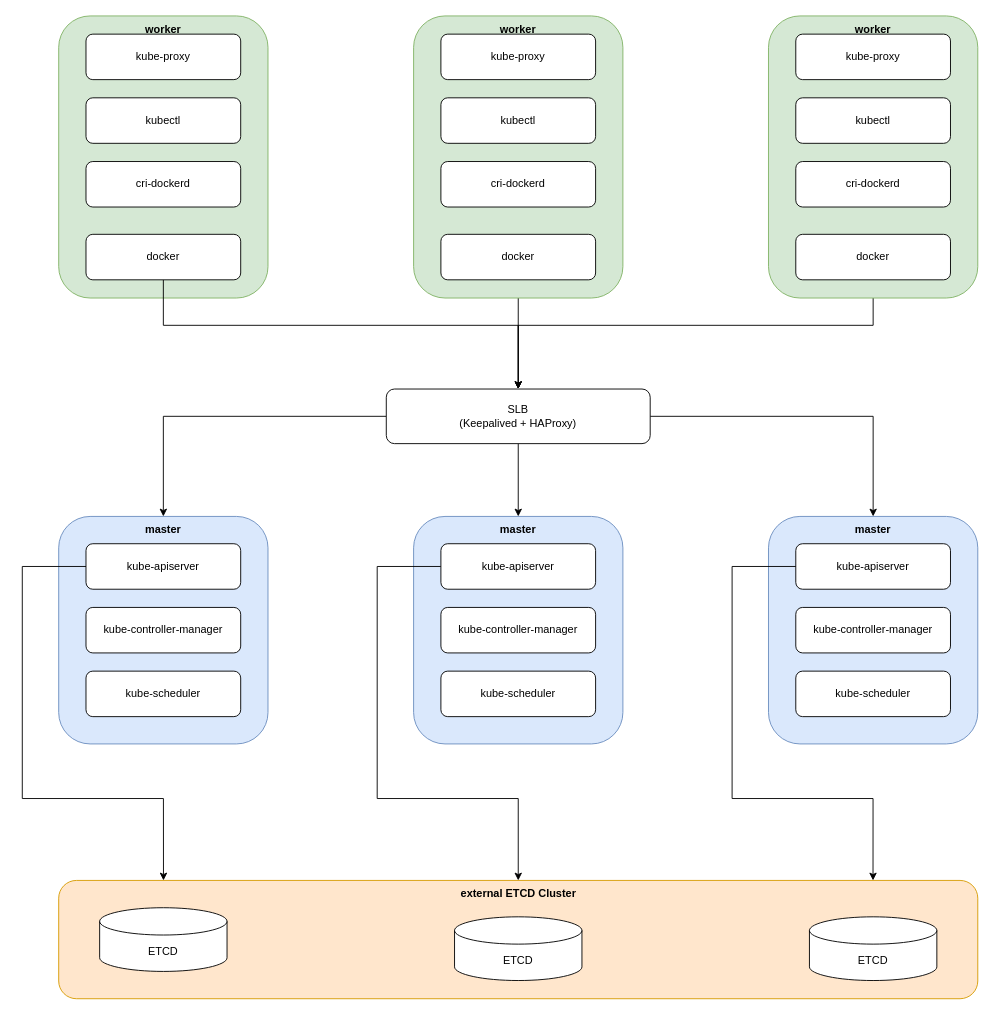
Earlier version of the draw.io diagram page "二进制部署架构图" (6 of 6) of Drawio/Kubernetes.drawio (xinzhuxiansheng/blog-notes). Source tidied: cells renumbered, new cells numbered last; positions are measured from the earlier drawing's top-left corner, leaving out a move shared by most shapes. Both pictures are drawn from the tidied source at 91%, with x=0, y=0 at pixel (22, 15).
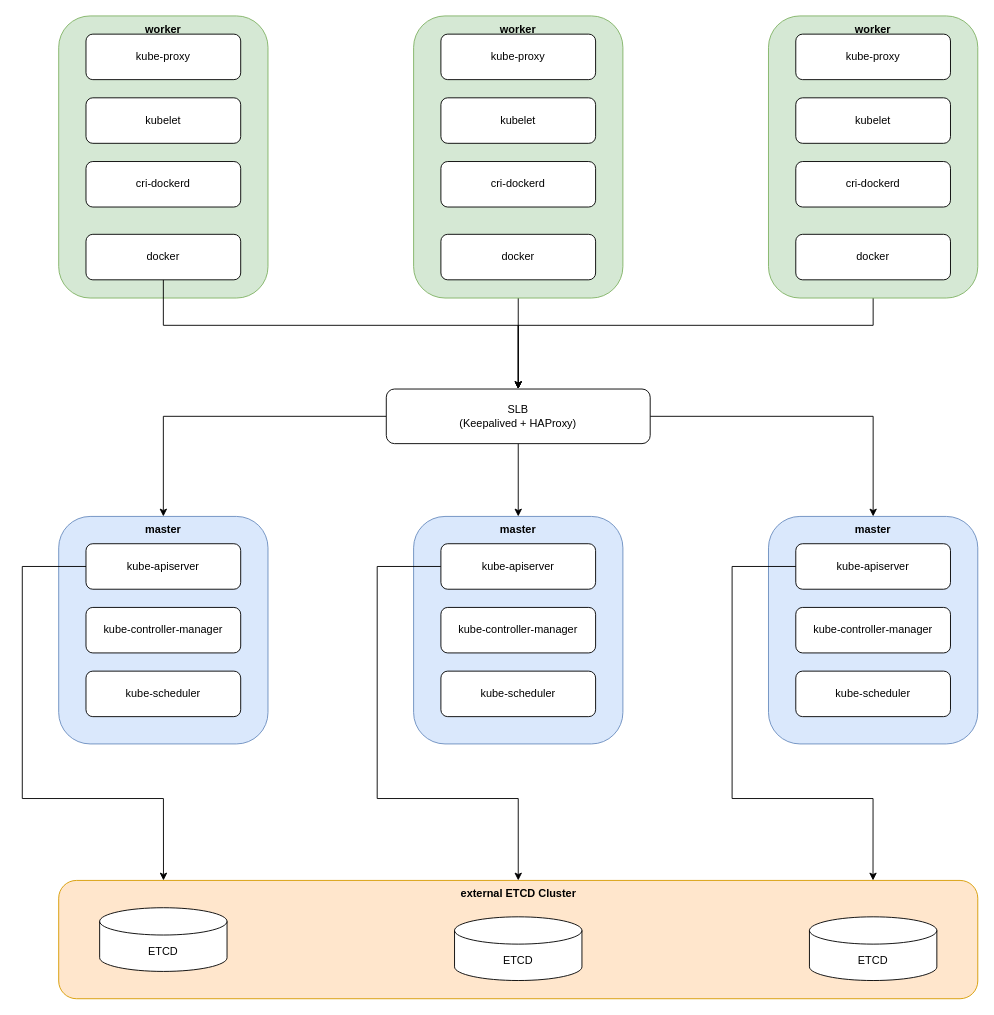
Above is the later version.

Diff of the diagram source:
```diff
@@
-    <mxCell id="18" value="kubectl" style="rounded=1;whiteSpace=wrap;html=1;" parent="1" vertex="1">
+    <mxCell id="18" value="kubelet" style="rounded=1;whiteSpace=wrap;html=1;" parent="1" vertex="1">
       <mxGeometry x="70" y="90" width="170" height="50" as="geometry" />
     </mxCell>
@@
-    <mxCell id="25" value="kubectl" style="rounded=1;whiteSpace=wrap;html=1;" parent="1" vertex="1">
+    <mxCell id="25" value="kubelet" style="rounded=1;whiteSpace=wrap;html=1;" parent="1" vertex="1">
       <mxGeometry x="460" y="90" width="170" height="50" as="geometry" />
     </mxCell>
@@
-    <mxCell id="31" value="kubectl" style="rounded=1;whiteSpace=wrap;html=1;" parent="1" vertex="1">
+    <mxCell id="31" value="kubelet" style="rounded=1;whiteSpace=wrap;html=1;" parent="1" vertex="1">
       <mxGeometry x="850" y="90" width="170" height="50" as="geometry" />
     </mxCell>
```
